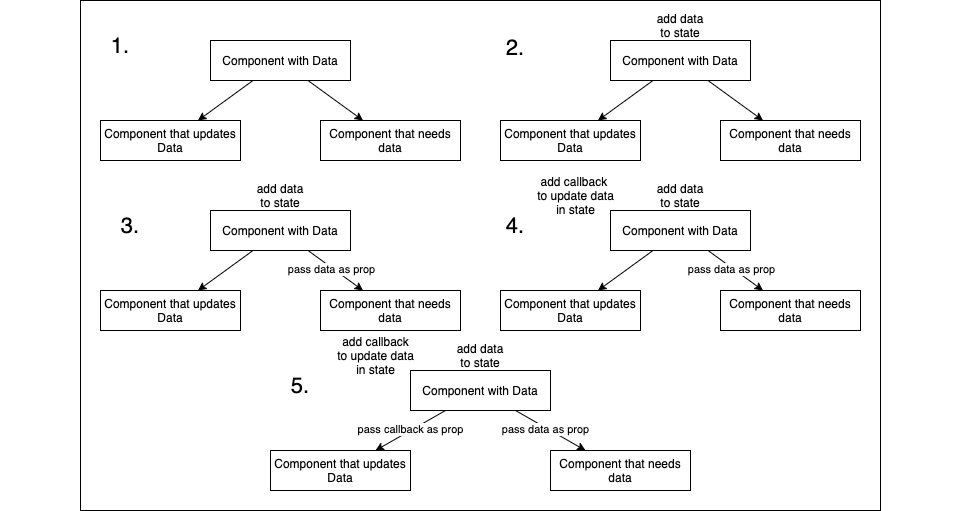
rebekah-zhou/SENG-LIVE-011022-phase-2 keeps this draw.io diagram as assets/react-inverse-data-flow-diagram.png. Above is the earlier version. Source tidied: cells renumbered, new cells last; positions are measured from the earlier drawing's top-left corner, leaving out a move shared by most shapes.
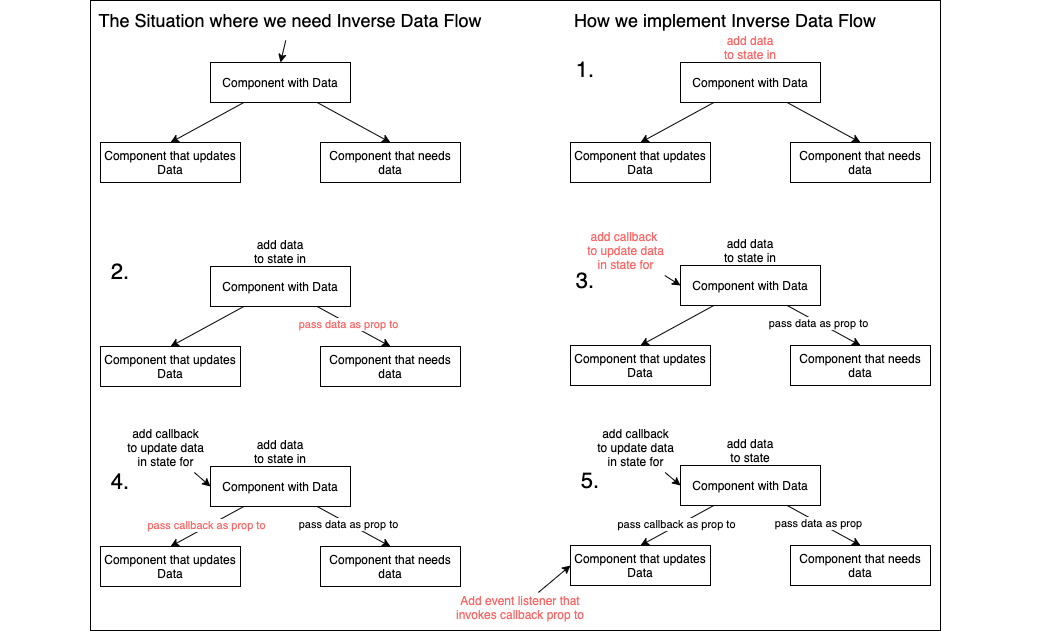
The same file after the commit.

What changed in the source:
```diff
@@ -3,14 +3,35 @@
     <mxCell id="0" />
     <mxCell id="1" value="Beneath" parent="0" />
     <mxCell id="2" style="rounded=0;whiteSpace=wrap;html=1;fontSize=22;" parent="1" vertex="1">
-      <mxGeometry x="80" width="800" height="510" as="geometry" />
+      <mxGeometry x="80" width="850" height="630" as="geometry" />
     </mxCell>
+    <mxCell id="58" style="edgeStyle=none;html=1;fontColor=#FF6666;entryX=0;entryY=0.5;entryDx=0;entryDy=0;" parent="1" edge="1" source="54" target="47">
+      <mxGeometry relative="1" as="geometry" />
+    </mxCell>
+    <mxCell id="54" value="add callback&lt;br&gt;to update data&lt;br&gt;in state for" style="text;html=1;align=center;verticalAlign=middle;points=[];strokeColor=none;fillColor=none;" parent="1" vertex="1">
+      <mxGeometry x="110" y="422" width="90" height="50" as="geometry" />
+    </mxCell>
+    <mxCell id="59" style="edgeStyle=none;html=1;fontColor=#FF6666;entryX=0;entryY=0.5;entryDx=0;entryDy=0;" parent="1" edge="1" source="60" target="69">
+      <mxGeometry relative="1" as="geometry" />
+    </mxCell>
+    <mxCell id="60" value="Add event listener that invokes callback prop to" style="text;html=1;strokeColor=none;fillColor=none;align=center;verticalAlign=middle;whiteSpace=wrap;rounded=0;fontColor=#FF6666;" parent="1" vertex="1">
+      <mxGeometry x="440" y="592" width="140" height="30" as="geometry" />
+    </mxCell>
+    <mxCell id="61" style="edgeStyle=none;html=1;fontSize=18;fontColor=#000000;entryX=0.5;entryY=0;entryDx=0;entryDy=0;" parent="1" edge="1" source="62" target="6">
+      <mxGeometry relative="1" as="geometry" />
+    </mxCell>
+    <mxCell id="62" value="&lt;font style=&quot;font-size: 18px&quot;&gt;The Situation where we need Inverse Data Flow&lt;/font&gt;" style="text;html=1;strokeColor=none;fillColor=none;align=center;verticalAlign=middle;whiteSpace=wrap;rounded=0;fontColor=#000000;" parent="1" vertex="1">
+      <mxGeometry x="80" width="400" height="40" as="geometry" />
+    </mxCell>
+    <mxCell id="63" value="How we implement Inverse Data Flow" style="text;html=1;strokeColor=none;fillColor=none;align=center;verticalAlign=middle;whiteSpace=wrap;rounded=0;fontSize=18;fontColor=#000000;" parent="1" vertex="1">
+      <mxGeometry x="560" y="5" width="310" height="30" as="geometry" />
+    </mxCell>
     <mxCell id="3" parent="0" />
     <mxCell id="4" style="group;" parent="3" vertex="1">
       <mxGeometry x="235" y="40" width="715" height="140" as="geometry" />
     </mxCell>
     <mxCell id="5" style="group;" parent="4" vertex="1">
-      <mxGeometry x="-135" width="360" height="120" as="geometry" />
+      <mxGeometry x="-145" y="22" width="360" height="120" as="geometry" />
     </mxCell>
     <mxCell id="6" value="Component with Data" style="rounded=0;whiteSpace=wrap;html=1;" parent="5" vertex="1">
       <mxGeometry x="110" width="140" height="40" as="geometry" />
@@ -18,20 +39,17 @@
     <mxCell id="7" value="Component that updates Data" style="rounded=0;whiteSpace=wrap;html=1;" parent="5" vertex="1">
       <mxGeometry y="80" width="140" height="40" as="geometry" />
     </mxCell>
-    <mxCell id="8" style="edgeStyle=none;html=1;" parent="5" edge="1" source="6" target="7">
+    <mxCell id="8" style="edgeStyle=none;html=1;entryX=0.5;entryY=0;entryDx=0;entryDy=0;" parent="5" edge="1" source="6" target="7">
       <mxGeometry relative="1" as="geometry" />
     </mxCell>
     <mxCell id="9" value="Component that needs data" style="rounded=0;whiteSpace=wrap;html=1;" parent="5" vertex="1">
       <mxGeometry x="220" y="80" width="140" height="40" as="geometry" />
     </mxCell>
-    <mxCell id="10" style="edgeStyle=none;html=1;" parent="5" edge="1" source="6" target="9">
+    <mxCell id="10" style="edgeStyle=none;html=1;entryX=0.5;entryY=0;entryDx=0;entryDy=0;" parent="5" edge="1" source="6" target="9">
       <mxGeometry relative="1" as="geometry" />
     </mxCell>
-    <mxCell id="11" value="&lt;font style=&quot;font-size: 22px&quot;&gt;1.&lt;/font&gt;" style="text;html=1;strokeColor=none;fillColor=none;align=center;verticalAlign=middle;whiteSpace=wrap;rounded=0;" parent="5" vertex="1">
-      <mxGeometry x="-10" y="-10" width="60" height="30" as="geometry" />
-    </mxCell>
     <mxCell id="12" style="group;" parent="4" vertex="1">
-      <mxGeometry x="165" y="-30" width="560" height="150" as="geometry" />
+      <mxGeometry x="225" y="-8" width="560" height="150" as="geometry" />
     </mxCell>
     <mxCell id="13" style="group;" parent="12" vertex="1">
       <mxGeometry y="30" width="560" height="120" as="geometry" />
@@ -42,26 +60,26 @@
     <mxCell id="15" value="Component that updates Data" style="rounded=0;whiteSpace=wrap;html=1;" parent="13" vertex="1">
       <mxGeometry x="100" y="80" width="140" height="40" as="geometry" />
     </mxCell>
-    <mxCell id="16" style="edgeStyle=none;html=1;" parent="13" edge="1" source="14" target="15">
+    <mxCell id="16" style="edgeStyle=none;html=1;entryX=0.5;entryY=0;entryDx=0;entryDy=0;" parent="13" edge="1" source="14" target="15">
       <mxGeometry relative="1" as="geometry" />
     </mxCell>
     <mxCell id="17" value="Component that needs data" style="rounded=0;whiteSpace=wrap;html=1;" parent="13" vertex="1">
       <mxGeometry x="320" y="80" width="140" height="40" as="geometry" />
     </mxCell>
-    <mxCell id="18" style="edgeStyle=none;html=1;" parent="13" edge="1" source="14" target="17">
+    <mxCell id="18" style="edgeStyle=none;html=1;entryX=0.5;entryY=0;entryDx=0;entryDy=0;" parent="13" edge="1" source="14" target="17">
       <mxGeometry relative="1" as="geometry" />
     </mxCell>
-    <mxCell id="19" value="&lt;font style=&quot;font-size: 22px&quot;&gt;2.&lt;/font&gt;" style="text;html=1;strokeColor=none;fillColor=none;align=center;verticalAlign=middle;whiteSpace=wrap;rounded=0;" parent="13" vertex="1">
+    <mxCell id="19" value="&lt;font style=&quot;font-size: 22px&quot;&gt;1.&lt;/font&gt;" style="text;html=1;strokeColor=none;fillColor=none;align=center;verticalAlign=middle;whiteSpace=wrap;rounded=0;" parent="13" vertex="1">
       <mxGeometry x="85" y="-8" width="60" height="30" as="geometry" />
     </mxCell>
-    <mxCell id="20" value="add data to state" style="text;html=1;strokeColor=none;fillColor=none;align=center;verticalAlign=middle;whiteSpace=wrap;rounded=0;" parent="12" vertex="1">
+    <mxCell id="20" value="add data to state in" style="text;html=1;align=center;verticalAlign=middle;whiteSpace=wrap;rounded=0;fontColor=#FF6666;" parent="12" vertex="1">
       <mxGeometry x="250" width="60" height="30" as="geometry" />
     </mxCell>
     <mxCell id="21" style="edgeStyle=none;html=1;" parent="12" edge="1" source="14" target="20">
       <mxGeometry relative="1" as="geometry" />
     </mxCell>
     <mxCell id="22" style="group;" parent="4" vertex="1">
-      <mxGeometry x="-235" y="140" width="560" height="150" as="geometry" />
+      <mxGeometry x="-245" y="196" width="560" height="150" as="geometry" />
     </mxCell>
     <mxCell id="23" style="group;" parent="22" vertex="1">
       <mxGeometry y="30" width="560" height="120" as="geometry" />
@@ -72,34 +90,37 @@
     <mxCell id="25" value="Component that updates Data" style="rounded=0;whiteSpace=wrap;html=1;" parent="23" vertex="1">
       <mxGeometry x="100" y="80" width="140" height="40" as="geometry" />
     </mxCell>
-    <mxCell id="26" style="edgeStyle=none;html=1;" parent="23" edge="1" source="24" target="25">
+    <mxCell id="26" style="edgeStyle=none;html=1;entryX=0.5;entryY=0;entryDx=0;entryDy=0;" parent="23" edge="1" source="24" target="25">
       <mxGeometry relative="1" as="geometry" />
     </mxCell>
     <mxCell id="27" value="Component that needs data" style="rounded=0;whiteSpace=wrap;html=1;" parent="23" vertex="1">
       <mxGeometry x="320" y="80" width="140" height="40" as="geometry" />
     </mxCell>
-    <mxCell id="28" style="edgeStyle=none;html=1;" parent="23" edge="1" source="24" target="27">
+    <mxCell id="28" style="edgeStyle=none;html=1;entryX=0.5;entryY=0;entryDx=0;entryDy=0;" parent="23" edge="1" source="24" target="27">
       <mxGeometry relative="1" as="geometry" />
     </mxCell>
-    <mxCell id="29" value="pass data as prop" style="edgeLabel;html=1;align=center;verticalAlign=middle;" parent="28" vertex="1">
+    <mxCell id="29" value="pass data as prop to" style="edgeLabel;html=1;align=center;verticalAlign=middle;fontColor=#FF6666;" parent="28" vertex="1">
       <mxGeometry x="-0.16" relative="1" as="geometry">
         <mxPoint y="1" as="offset" />
       </mxGeometry>
     </mxCell>
-    <mxCell id="30" value="&lt;font style=&quot;font-size: 22px&quot;&gt;3.&lt;/font&gt;" style="text;html=1;strokeColor=none;fillColor=none;align=center;verticalAlign=middle;whiteSpace=wrap;rounded=0;" parent="23" vertex="1">
-      <mxGeometry x="100" width="60" height="30" as="geometry" />
+    <mxCell id="30" value="&lt;font style=&quot;font-size: 22px&quot;&gt;2.&lt;/font&gt;" style="text;html=1;strokeColor=none;fillColor=none;align=center;verticalAlign=middle;whiteSpace=wrap;rounded=0;" parent="23" vertex="1">
+      <mxGeometry x="90" y="-10" width="60" height="30" as="geometry" />
     </mxCell>
-    <mxCell id="31" value="add data to state" style="text;html=1;strokeColor=none;fillColor=none;align=center;verticalAlign=middle;whiteSpace=wrap;rounded=0;" parent="22" vertex="1">
+    <mxCell id="31" value="add data to state in" style="text;html=1;strokeColor=none;fillColor=none;align=center;verticalAlign=middle;whiteSpace=wrap;rounded=0;" parent="22" vertex="1">
       <mxGeometry x="250" width="60" height="30" as="geometry" />
     </mxCell>
     <mxCell id="32" style="edgeStyle=none;html=1;" parent="22" edge="1" source="24" target="31">
       <mxGeometry relative="1" as="geometry" />
     </mxCell>
     <mxCell id="33" style="group;" parent="4" vertex="1">
-      <mxGeometry x="165" y="140" width="560" height="150" as="geometry" />
+      <mxGeometry x="225" y="195" width="560" height="150" as="geometry" />
     </mxCell>
+    <mxCell id="64" style="group;" parent="33" vertex="1">
+      <mxGeometry y="-10" width="560" height="160" as="geometry" />
+    </mxCell>
-    <mxCell id="34" style="group;" parent="33" vertex="1">
-      <mxGeometry y="30" width="560" height="120" as="geometry" />
+    <mxCell id="34" style="group;" parent="64" vertex="1">
+      <mxGeometry y="40" width="560" height="120" as="geometry" />
     </mxCell>
     <mxCell id="35" value="Component with Data" style="rounded=0;whiteSpace=wrap;html=1;" parent="34" vertex="1">
       <mxGeometry x="210" width="140" height="40" as="geometry" />
@@ -107,74 +128,120 @@
     <mxCell id="36" value="Component that updates Data" style="rounded=0;whiteSpace=wrap;html=1;" parent="34" vertex="1">
       <mxGeometry x="100" y="80" width="140" height="40" as="geometry" />
     </mxCell>
-    <mxCell id="37" style="edgeStyle=none;html=1;" parent="34" edge="1" source="35" target="36">
+    <mxCell id="37" style="edgeStyle=none;html=1;entryX=0.5;entryY=0;entryDx=0;entryDy=0;" parent="34" edge="1" source="35" target="36">
       <mxGeometry relative="1" as="geometry" />
     </mxCell>
     <mxCell id="38" value="Component that needs data" style="rounded=0;whiteSpace=wrap;html=1;" parent="34" vertex="1">
       <mxGeometry x="320" y="80" width="140" height="40" as="geometry" />
     </mxCell>
-    <mxCell id="39" style="edgeStyle=none;html=1;" parent="34" edge="1" source="35" target="38">
+    <mxCell id="39" style="edgeStyle=none;html=1;entryX=0.5;entryY=0;entryDx=0;entryDy=0;" parent="34" edge="1" source="35" target="38">
       <mxGeometry relative="1" as="geometry" />
     </mxCell>
-    <mxCell id="40" value="pass data as prop" style="edgeLabel;html=1;align=center;verticalAlign=middle;" parent="39" vertex="1">
+    <mxCell id="40" value="pass data as prop to" style="edgeLabel;html=1;align=center;verticalAlign=middle;" parent="39" vertex="1">
       <mxGeometry x="-0.16" relative="1" as="geometry">
         <mxPoint y="1" as="offset" />
       </mxGeometry>
     </mxCell>
-    <mxCell id="41" value="&lt;font style=&quot;font-size: 22px&quot;&gt;4.&lt;/font&gt;" style="text;html=1;strokeColor=none;fillColor=none;align=center;verticalAlign=middle;whiteSpace=wrap;rounded=0;" parent="34" vertex="1">
+    <mxCell id="41" value="&lt;font style=&quot;font-size: 22px&quot;&gt;3.&lt;/font&gt;" style="text;html=1;strokeColor=none;fillColor=none;align=center;verticalAlign=middle;whiteSpace=wrap;rounded=0;" parent="34" vertex="1">
       <mxGeometry x="85" width="60" height="30" as="geometry" />
     </mxCell>
-    <mxCell id="42" value="add data to state" style="text;html=1;strokeColor=none;fillColor=none;align=center;verticalAlign=middle;whiteSpace=wrap;rounded=0;" parent="33" vertex="1">
-      <mxGeometry x="250" width="60" height="30" as="geometry" />
+    <mxCell id="42" value="add data to state in" style="text;html=1;strokeColor=none;fillColor=none;align=center;verticalAlign=middle;whiteSpace=wrap;rounded=0;" parent="64" vertex="1">
+      <mxGeometry x="250" y="10" width="60" height="30" as="geometry" />
     </mxCell>
+    <mxCell id="65" style="edgeStyle=none;html=1;fontColor=#FF6666;entryX=0;entryY=0.5;entryDx=0;entryDy=0;" parent="64" edge="1" source="44" target="35">
+      <mxGeometry relative="1" as="geometry" />
+    </mxCell>
+    <mxCell id="44" value="add callback &lt;br&gt;to update data&lt;br&gt;in state for" style="text;html=1;align=center;verticalAlign=middle;points=[];strokeColor=none;fillColor=none;fontColor=#FF6666;" parent="64" vertex="1">
+      <mxGeometry x="110" width="90" height="50" as="geometry" />
+    </mxCell>
-    <mxCell id="43" style="edgeStyle=none;html=1;" parent="33" edge="1" source="35" target="42">
+    <mxCell id="43" style="edgeStyle=none;html=1;" parent="64" edge="1" source="35" target="42">
       <mxGeometry relative="1" as="geometry" />
     </mxCell>
-    <mxCell id="44" value="add callback &lt;br&gt;to update data&lt;br&gt;in state" style="text;html=1;align=center;verticalAlign=middle;points=[];strokeColor=none;fillColor=none;" parent="33" vertex="1">
-      <mxGeometry x="130" y="-10" width="90" height="50" as="geometry" />
-    </mxCell>
     <mxCell id="45" style="group;" parent="4" vertex="1">
-      <mxGeometry x="-35" y="300" width="560" height="150" as="geometry" />
+      <mxGeometry x="-215" y="396" width="560" height="150" as="geometry" />
     </mxCell>
     <mxCell id="46" style="group;" parent="45" vertex="1">
       <mxGeometry y="30" width="560" height="120" as="geometry" />
     </mxCell>
     <mxCell id="47" value="Component with Data" style="rounded=0;whiteSpace=wrap;html=1;" parent="46" vertex="1">
-      <mxGeometry x="210" width="140" height="40" as="geometry" />
+      <mxGeometry x="180" width="140" height="40" as="geometry" />
     </mxCell>
     <mxCell id="48" value="Component that updates Data" style="rounded=0;whiteSpace=wrap;html=1;" parent="46" vertex="1">
       <mxGeometry x="70" y="80" width="140" height="40" as="geometry" />
     </mxCell>
-    <mxCell id="49" style="edgeStyle=none;html=1;" parent="46" edge="1" source="47" target="48">
+    <mxCell id="49" style="edgeStyle=none;html=1;entryX=0.5;entryY=0;entryDx=0;entryDy=0;" parent="46" edge="1" source="47" target="48">
       <mxGeometry relative="1" as="geometry" />
     </mxCell>
-    <mxCell id="50" value="pass callback as prop" style="edgeLabel;html=1;align=center;verticalAlign=middle;" parent="49" vertex="1">
+    <mxCell id="50" value="pass callback as prop to" style="edgeLabel;html=1;align=center;verticalAlign=middle;fontColor=#FF6666;" parent="49" vertex="1">
       <mxGeometry x="-0.09" y="-3" relative="1" as="geometry">
-        <mxPoint x="-2" y="2" as="offset" />
+        <mxPoint x="-3" y="3" as="offset" />
       </mxGeometry>
     </mxCell>
     <mxCell id="51" value="Component that needs data" style="rounded=0;whiteSpace=wrap;html=1;" parent="46" vertex="1">
-      <mxGeometry x="350" y="80" width="140" height="40" as="geometry" />
+      <mxGeometry x="290" y="80" width="140" height="40" as="geometry" />
     </mxCell>
-    <mxCell id="52" style="edgeStyle=none;html=1;" parent="46" edge="1" source="47" target="51">
+    <mxCell id="52" style="edgeStyle=none;html=1;entryX=0.5;entryY=0;entryDx=0;entryDy=0;" parent="46" edge="1" source="47" target="51">
       <mxGeometry relative="1" as="geometry" />
     </mxCell>
-    <mxCell id="53" value="pass data as prop" style="edgeLabel;html=1;align=center;verticalAlign=middle;" parent="52" vertex="1">
+    <mxCell id="53" value="pass data as prop to" style="edgeLabel;html=1;align=center;verticalAlign=middle;" parent="52" vertex="1">
       <mxGeometry x="-0.16" relative="1" as="geometry">
         <mxPoint y="1" as="offset" />
       </mxGeometry>
     </mxCell>
-    <mxCell id="54" value="add callback&lt;br&gt;to update data&lt;br&gt;in state" style="text;html=1;align=center;verticalAlign=middle;points=[];strokeColor=none;fillColor=none;" parent="46" vertex="1">
-      <mxGeometry x="130" y="-40" width="90" height="50" as="geometry" />
-    </mxCell>
-    <mxCell id="55" value="&lt;font style=&quot;font-size: 22px&quot;&gt;5.&lt;/font&gt;" style="text;html=1;strokeColor=none;fillColor=none;align=center;verticalAlign=middle;whiteSpace=wrap;rounded=0;" parent="46" vertex="1">
-      <mxGeometry x="70" width="60" height="30" as="geometry" />
+    <mxCell id="55" value="&lt;font style=&quot;font-size: 22px&quot;&gt;4.&lt;/font&gt;" style="text;html=1;strokeColor=none;fillColor=none;align=center;verticalAlign=middle;whiteSpace=wrap;rounded=0;" parent="46" vertex="1">
+      <mxGeometry x="60" width="60" height="30" as="geometry" />
     </mxCell>
-    <mxCell id="56" value="add data to state" style="text;html=1;strokeColor=none;fillColor=none;align=center;verticalAlign=middle;whiteSpace=wrap;rounded=0;" parent="45" vertex="1">
-      <mxGeometry x="250" width="60" height="30" as="geometry" />
+    <mxCell id="56" value="add data to state in" style="text;html=1;strokeColor=none;fillColor=none;align=center;verticalAlign=middle;whiteSpace=wrap;rounded=0;" parent="45" vertex="1">
+      <mxGeometry x="220" width="60" height="30" as="geometry" />
     </mxCell>
     <mxCell id="57" style="edgeStyle=none;html=1;" parent="45" edge="1" source="47" target="56">
       <mxGeometry relative="1" as="geometry" />
     </mxCell>
+    <mxCell id="66" style="group;" parent="4" vertex="1">
+      <mxGeometry x="255" y="395" width="560" height="150" as="geometry" />
+    </mxCell>
+    <mxCell id="67" style="group;" parent="66" vertex="1">
+      <mxGeometry y="30" width="560" height="120" as="geometry" />
+    </mxCell>
+    <mxCell id="68" value="Component with Data" style="rounded=0;whiteSpace=wrap;html=1;" parent="67" vertex="1">
+      <mxGeometry x="180" width="140" height="40" as="geometry" />
+    </mxCell>
+    <mxCell id="69" value="Component that updates Data" style="rounded=0;whiteSpace=wrap;html=1;" parent="67" vertex="1">
+      <mxGeometry x="70" y="80" width="140" height="40" as="geometry" />
+    </mxCell>
+    <mxCell id="70" style="edgeStyle=none;html=1;entryX=0.5;entryY=0;entryDx=0;entryDy=0;" parent="67" edge="1" source="68" target="69">
+      <mxGeometry relative="1" as="geometry" />
+    </mxCell>
+    <mxCell id="71" value="pass callback as prop to" style="edgeLabel;html=1;align=center;verticalAlign=middle;fontColor=#000000;" parent="70" vertex="1">
+      <mxGeometry x="-0.09" y="-3" relative="1" as="geometry">
+        <mxPoint x="-3" y="3" as="offset" />
+      </mxGeometry>
+    </mxCell>
+    <mxCell id="72" value="Component that needs data" style="rounded=0;whiteSpace=wrap;html=1;" parent="67" vertex="1">
+      <mxGeometry x="290" y="80" width="140" height="40" as="geometry" />
+    </mxCell>
+    <mxCell id="73" style="edgeStyle=none;html=1;entryX=0.5;entryY=0;entryDx=0;entryDy=0;" parent="67" edge="1" source="68" target="72">
+      <mxGeometry relative="1" as="geometry" />
+    </mxCell>
+    <mxCell id="74" value="pass data as prop" style="edgeLabel;html=1;align=center;verticalAlign=middle;" parent="73" vertex="1">
+      <mxGeometry x="-0.16" relative="1" as="geometry">
+        <mxPoint y="1" as="offset" />
+      </mxGeometry>
+    </mxCell>
+    <mxCell id="75" value="&lt;font style=&quot;font-size: 22px&quot;&gt;5.&lt;/font&gt;" style="text;html=1;strokeColor=none;fillColor=none;align=center;verticalAlign=middle;whiteSpace=wrap;rounded=0;" parent="67" vertex="1">
+      <mxGeometry x="60" width="60" height="30" as="geometry" />
+    </mxCell>
+    <mxCell id="76" value="add data to state" style="text;html=1;strokeColor=none;fillColor=none;align=center;verticalAlign=middle;whiteSpace=wrap;rounded=0;" parent="66" vertex="1">
+      <mxGeometry x="220" width="60" height="30" as="geometry" />
+    </mxCell>
+    <mxCell id="77" style="edgeStyle=none;html=1;" parent="66" edge="1" source="68" target="76">
+      <mxGeometry relative="1" as="geometry" />
+    </mxCell>
+    <mxCell id="78" style="edgeStyle=none;html=1;fontColor=#FF6666;entryX=0;entryY=0.5;entryDx=0;entryDy=0;" parent="66" edge="1" source="79" target="68">
+      <mxGeometry relative="1" as="geometry" />
+    </mxCell>
+    <mxCell id="79" value="add callback&lt;br&gt;to update data&lt;br&gt;in state for" style="text;html=1;align=center;verticalAlign=middle;points=[];strokeColor=none;fillColor=none;" parent="66" vertex="1">
+      <mxGeometry x="90" y="-13" width="90" height="50" as="geometry" />
+    </mxCell>
   </root>
 </mxGraphModel>
```
